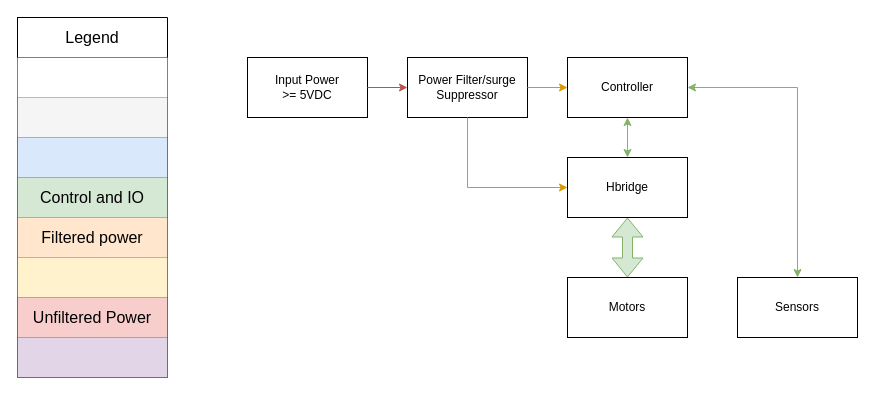
The draw.io diagram page "Wiring overview and Diagram" (4 of 5) of Self_Driving_Truck.drawio in usernamesareusless/Truck, before the edit. Source tidied: cells renumbered, new cells numbered last; positions are measured from the earlier drawing's top-left corner, leaving out a move shared by most shapes. Both pictures are drawn from the tidied source at 100%, with x=0, y=0 at pixel (17, 17).
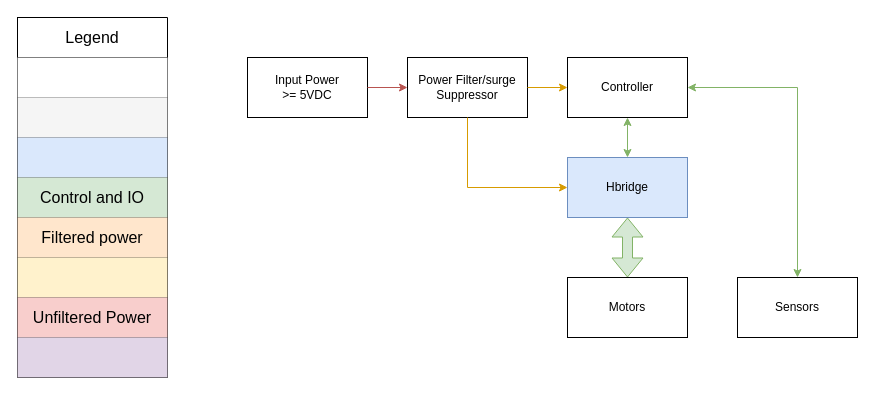
Above is the later version.

What changed in the source:
```diff
@@
-    <mxCell id="6" value="Hbridge" style="rounded=0;whiteSpace=wrap;html=1;" parent="1" vertex="1">
+    <mxCell id="6" value="Hbridge" style="rounded=0;whiteSpace=wrap;html=1;fillColor=#dae8fc;strokeColor=#6c8ebf;" parent="1" vertex="1">
       <mxGeometry x="550" y="140" width="120" height="60" as="geometry" />
     </mxCell>
```
